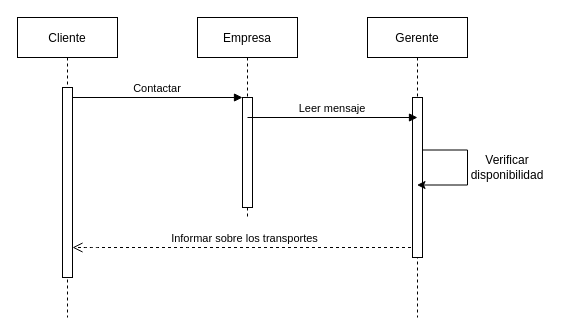
Above: TransportBussines.drawio in mrmango1/modeling (draw.io), before the change. Source tidied: cells renumbered, new cells numbered last; positions are measured from the earlier drawing's top-left corner, leaving out a move shared by most shapes. Both pictures are drawn from the tidied source at 100%, with x=0, y=0 at pixel (17, 17).
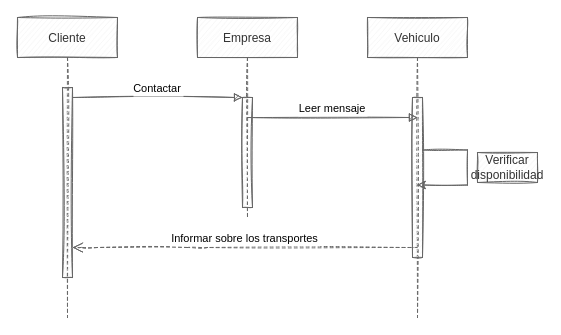
The same diagram, later.

The edit, as a diff of the source:
```diff
@@
 <mxGraphModel>
   <root>
     <mxCell id="0" />
     <mxCell id="1" parent="0" />
-    <mxCell id="2" value="Cliente" style="shape=umlLifeline;perimeter=lifelinePerimeter;rounded=0;shadow=0;strokeWidth=1;" parent="1" vertex="1">
+    <mxCell id="2" value="Cliente" style="shape=umlLifeline;perimeter=lifelinePerimeter;rounded=0;shadow=0;strokeWidth=1;sketch=1;fillColor=#f5f5f5;fontColor=#333333;strokeColor=#666666;" parent="1" vertex="1">
       <mxGeometry width="100" height="300" as="geometry" />
     </mxCell>
-    <mxCell id="3" style="points=[];perimeter=orthogonalPerimeter;rounded=0;shadow=0;strokeWidth=1;" parent="2" vertex="1">
+    <mxCell id="3" style="points=[];perimeter=orthogonalPerimeter;rounded=0;shadow=0;strokeWidth=1;sketch=1;fillColor=#f5f5f5;fontColor=#333333;strokeColor=#666666;" parent="2" vertex="1">
       <mxGeometry x="45" y="70" width="10" height="190" as="geometry" />
     </mxCell>
-    <mxCell id="4" value="Empresa" style="shape=umlLifeline;perimeter=lifelinePerimeter;rounded=0;shadow=0;strokeWidth=1;" parent="1" vertex="1">
+    <mxCell id="4" value="Empresa" style="shape=umlLifeline;perimeter=lifelinePerimeter;rounded=0;shadow=0;strokeWidth=1;sketch=1;fillColor=#f5f5f5;fontColor=#333333;strokeColor=#666666;" parent="1" vertex="1">
       <mxGeometry x="180" width="100" height="200" as="geometry" />
     </mxCell>
-    <mxCell id="5" style="points=[];perimeter=orthogonalPerimeter;rounded=0;shadow=0;strokeWidth=1;" parent="4" vertex="1">
+    <mxCell id="5" style="points=[];perimeter=orthogonalPerimeter;rounded=0;shadow=0;strokeWidth=1;sketch=1;fillColor=#f5f5f5;fontColor=#333333;strokeColor=#666666;" parent="4" vertex="1">
       <mxGeometry x="45" y="80" width="10" height="110" as="geometry" />
     </mxCell>
-    <mxCell id="6" value="Informar sobre los transportes" style="verticalAlign=bottom;endArrow=open;dashed=1;endSize=8;shadow=0;strokeWidth=1;" parent="1" edge="1" source="8" target="3">
+    <mxCell id="6" value="Informar sobre los transportes" style="verticalAlign=bottom;endArrow=open;dashed=1;endSize=8;shadow=0;strokeWidth=1;sketch=1;fillColor=#f5f5f5;strokeColor=#666666;" parent="1" edge="1" source="8" target="3">
       <mxGeometry relative="1" as="geometry">
         <Array as="points">
           <mxPoint x="180" y="230" />
           <mxPoint x="70" y="230" />
         </Array>
       </mxGeometry>
     </mxCell>
-    <mxCell id="7" value="Contactar" style="verticalAlign=bottom;endArrow=block;entryX=0;entryY=0;shadow=0;strokeWidth=1;" parent="1" edge="1" source="3" target="5">
+    <mxCell id="7" value="Contactar" style="verticalAlign=bottom;endArrow=block;entryX=0;entryY=0;shadow=0;strokeWidth=1;sketch=1;fillColor=#f5f5f5;strokeColor=#666666;" parent="1" edge="1" source="3" target="5">
       <mxGeometry relative="1" as="geometry" />
     </mxCell>
-    <mxCell id="8" value="Gerente" style="shape=umlLifeline;perimeter=lifelinePerimeter;rounded=0;shadow=0;strokeWidth=1;" parent="1" vertex="1">
+    <mxCell id="8" value="Vehiculo" style="shape=umlLifeline;perimeter=lifelinePerimeter;rounded=0;shadow=0;strokeWidth=1;sketch=1;fillColor=#f5f5f5;fontColor=#333333;strokeColor=#666666;" parent="1" vertex="1">
       <mxGeometry x="350" width="100" height="300" as="geometry" />
     </mxCell>
-    <mxCell id="9" style="perimeter=orthogonalPerimeter;rounded=0;shadow=0;strokeWidth=1;" parent="8" vertex="1">
+    <mxCell id="9" style="perimeter=orthogonalPerimeter;rounded=0;shadow=0;strokeWidth=1;sketch=1;fillColor=#f5f5f5;fontColor=#333333;strokeColor=#666666;" parent="8" vertex="1">
       <mxGeometry x="45" y="80" width="10" height="160" as="geometry" />
     </mxCell>
-    <mxCell id="10" style="endArrow=classic;html=1;rounded=0;" parent="8" edge="1">
+    <mxCell id="10" style="endArrow=classic;html=1;rounded=0;sketch=1;fillColor=#f5f5f5;strokeColor=#666666;" parent="8" edge="1">
       <mxGeometry relative="1" as="geometry">
         <mxPoint x="55" y="132.5" as="sourcePoint" />
         <mxPoint x="49.5" y="167.5" as="targetPoint" />
         <Array as="points">
           <mxPoint x="100" y="132.5" />
           <mxPoint x="100" y="167.5" />
         </Array>
       </mxGeometry>
     </mxCell>
-    <mxCell id="11" value="Leer mensaje" style="verticalAlign=bottom;endArrow=block;entryX=0;entryY=0;shadow=0;strokeWidth=1;" parent="1" edge="1">
+    <mxCell id="11" value="Leer mensaje" style="verticalAlign=bottom;endArrow=block;entryX=0;entryY=0;shadow=0;strokeWidth=1;sketch=1;fillColor=#f5f5f5;strokeColor=#666666;" parent="1" edge="1">
       <mxGeometry relative="1" as="geometry">
         <mxPoint x="230" y="100" as="sourcePoint" />
         <mxPoint x="400" y="100" as="targetPoint" />
       </mxGeometry>
     </mxCell>
-    <mxCell id="12" value="Verificar&lt;br&gt;disponibilidad" style="text;html=1;strokeColor=none;fillColor=none;align=center;verticalAlign=middle;whiteSpace=wrap;rounded=0;" parent="1" vertex="1">
+    <mxCell id="12" value="Verificar&lt;br&gt;disponibilidad" style="text;html=1;strokeColor=#666666;fillColor=#f5f5f5;align=center;verticalAlign=middle;whiteSpace=wrap;rounded=0;sketch=1;fontColor=#333333;" parent="1" vertex="1">
       <mxGeometry x="460" y="135" width="60" height="30" as="geometry" />
     </mxCell>
   </root>
 </mxGraphModel>
```
